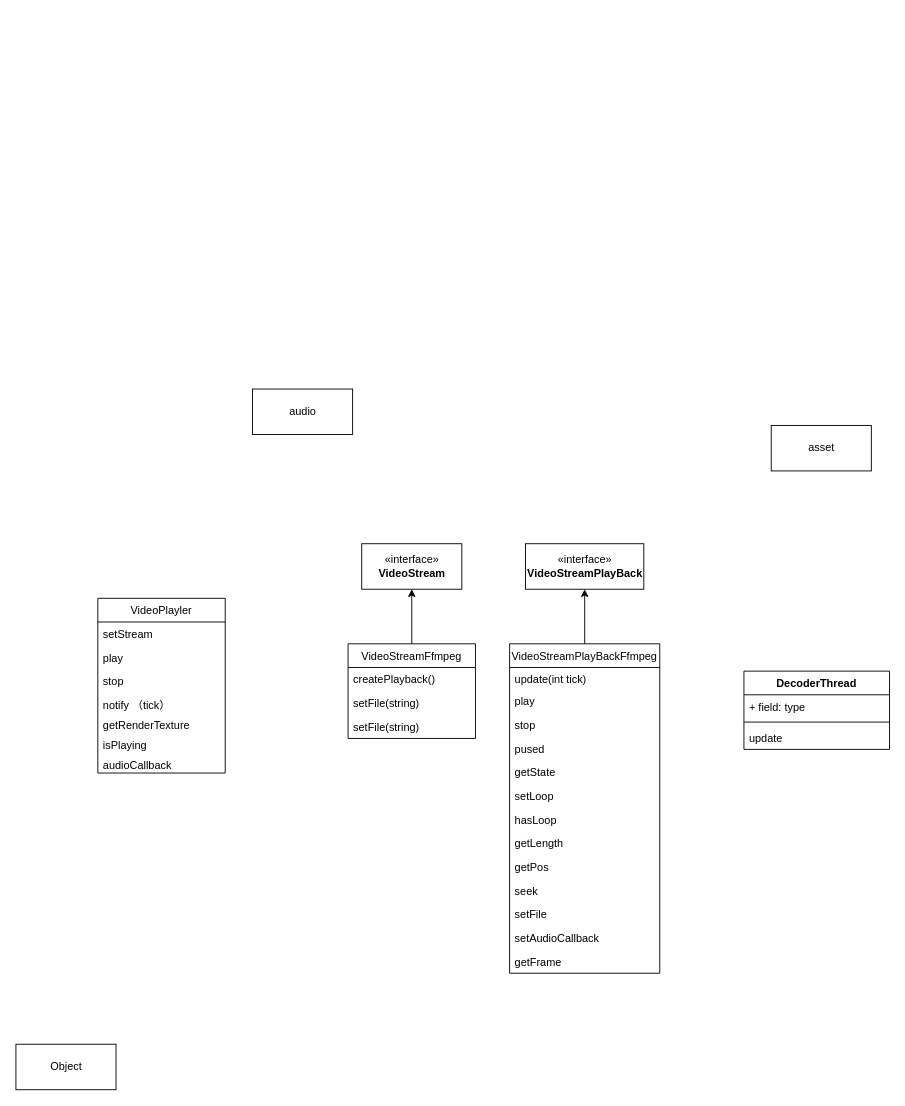
Before: video_texture.drawio in oahcy/draw.io, a draw.io diagram. Source tidied: cells renumbered, new cells numbered last; positions are measured from the earlier drawing's top-left corner, leaving out a move shared by most shapes. Both pictures are drawn from the tidied source at 91%, with x=0, y=0 at pixel (15, 389).
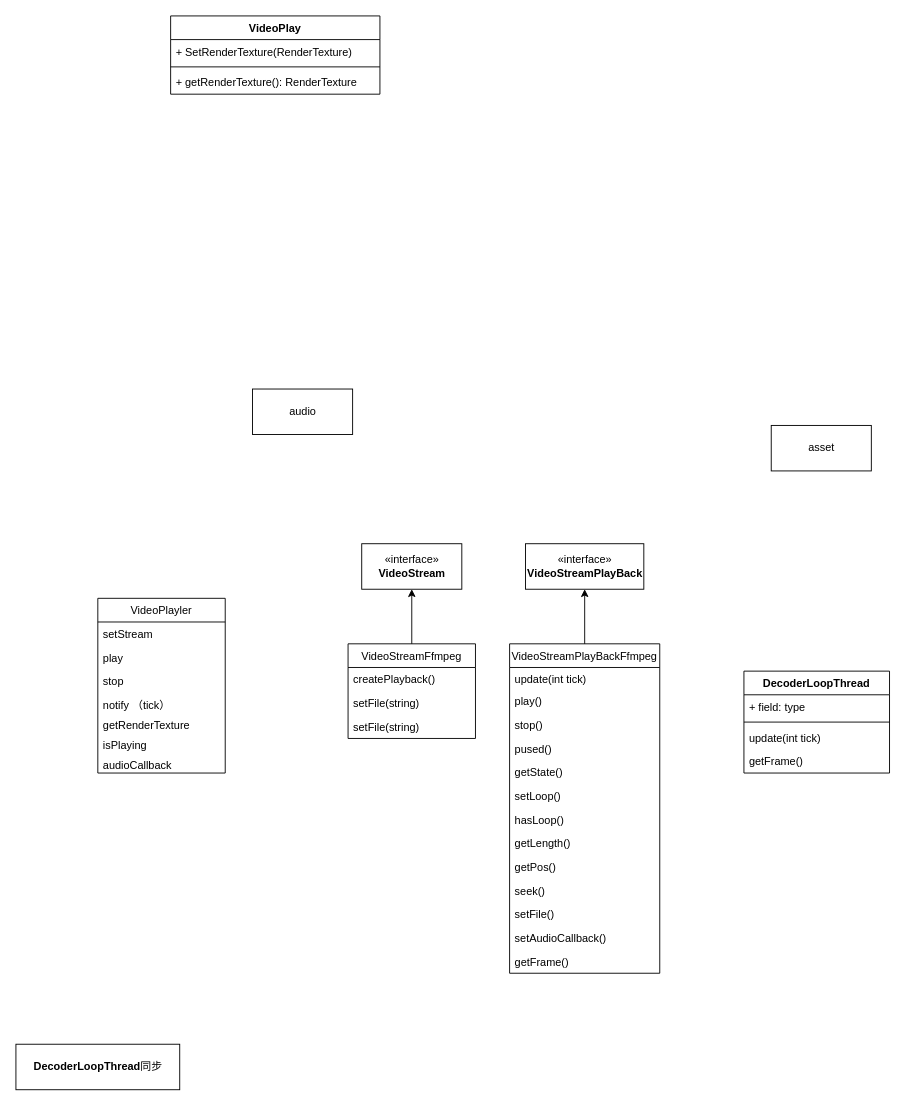
After the change.

Unchanged cells that the change refers to:
```xml
<mxCell id="18" value="VideoStreamPlayBackFfmpeg" style="swimlane;fontStyle=0;horizontal=1;startSize=26;fillColor=none;" parent="1" vertex="1">
  <mxGeometry x="542.5" y="280" width="165" height="362" as="geometry" />
</mxCell>
```

Change to the diagram source:
```diff
@@
-    <mxCell id="20" value="play" style="text;strokeColor=none;fillColor=none;align=left;verticalAlign=top;spacingLeft=4;spacingRight=4;overflow=hidden;" parent="18" vertex="1">
+    <mxCell id="20" value="play()" style="text;strokeColor=none;fillColor=none;align=left;verticalAlign=top;spacingLeft=4;spacingRight=4;overflow=hidden;" parent="18" vertex="1">
       <mxGeometry y="50" width="165" height="26" as="geometry" />
     </mxCell>
-    <mxCell id="21" value="stop" style="text;strokeColor=none;fillColor=none;align=left;verticalAlign=top;spacingLeft=4;spacingRight=4;overflow=hidden;" parent="18" vertex="1">
+    <mxCell id="21" value="stop()" style="text;strokeColor=none;fillColor=none;align=left;verticalAlign=top;spacingLeft=4;spacingRight=4;overflow=hidden;" parent="18" vertex="1">
       <mxGeometry y="76" width="165" height="26" as="geometry" />
     </mxCell>
-    <mxCell id="22" value="pused" style="text;strokeColor=none;fillColor=none;align=left;verticalAlign=top;spacingLeft=4;spacingRight=4;overflow=hidden;" parent="18" vertex="1">
+    <mxCell id="22" value="pused()" style="text;strokeColor=none;fillColor=none;align=left;verticalAlign=top;spacingLeft=4;spacingRight=4;overflow=hidden;" parent="18" vertex="1">
       <mxGeometry y="102" width="165" height="26" as="geometry" />
     </mxCell>
-    <mxCell id="23" value="getState" style="text;strokeColor=none;fillColor=none;align=left;verticalAlign=top;spacingLeft=4;spacingRight=4;overflow=hidden;" parent="18" vertex="1">
+    <mxCell id="23" value="getState()" style="text;strokeColor=none;fillColor=none;align=left;verticalAlign=top;spacingLeft=4;spacingRight=4;overflow=hidden;" parent="18" vertex="1">
       <mxGeometry y="128" width="165" height="26" as="geometry" />
     </mxCell>
-    <mxCell id="24" value="setLoop" style="text;strokeColor=none;fillColor=none;align=left;verticalAlign=top;spacingLeft=4;spacingRight=4;overflow=hidden;" parent="18" vertex="1">
+    <mxCell id="24" value="setLoop()" style="text;strokeColor=none;fillColor=none;align=left;verticalAlign=top;spacingLeft=4;spacingRight=4;overflow=hidden;" parent="18" vertex="1">
       <mxGeometry y="154" width="165" height="26" as="geometry" />
     </mxCell>
-    <mxCell id="25" value="hasLoop" style="text;strokeColor=none;fillColor=none;align=left;verticalAlign=top;spacingLeft=4;spacingRight=4;overflow=hidden;" parent="18" vertex="1">
+    <mxCell id="25" value="hasLoop()" style="text;strokeColor=none;fillColor=none;align=left;verticalAlign=top;spacingLeft=4;spacingRight=4;overflow=hidden;" parent="18" vertex="1">
       <mxGeometry y="180" width="165" height="26" as="geometry" />
     </mxCell>
-    <mxCell id="26" value="getLength" style="text;strokeColor=none;fillColor=none;align=left;verticalAlign=top;spacingLeft=4;spacingRight=4;overflow=hidden;" parent="18" vertex="1">
+    <mxCell id="26" value="getLength()" style="text;strokeColor=none;fillColor=none;align=left;verticalAlign=top;spacingLeft=4;spacingRight=4;overflow=hidden;" parent="18" vertex="1">
       <mxGeometry y="206" width="165" height="26" as="geometry" />
     </mxCell>
-    <mxCell id="27" value="getPos" style="text;strokeColor=none;fillColor=none;align=left;verticalAlign=top;spacingLeft=4;spacingRight=4;overflow=hidden;" parent="18" vertex="1">
+    <mxCell id="27" value="getPos()" style="text;strokeColor=none;fillColor=none;align=left;verticalAlign=top;spacingLeft=4;spacingRight=4;overflow=hidden;" parent="18" vertex="1">
       <mxGeometry y="232" width="165" height="26" as="geometry" />
     </mxCell>
-    <mxCell id="28" value="seek" style="text;strokeColor=none;fillColor=none;align=left;verticalAlign=top;spacingLeft=4;spacingRight=4;overflow=hidden;" parent="18" vertex="1">
+    <mxCell id="28" value="seek()" style="text;strokeColor=none;fillColor=none;align=left;verticalAlign=top;spacingLeft=4;spacingRight=4;overflow=hidden;" parent="18" vertex="1">
       <mxGeometry y="258" width="165" height="26" as="geometry" />
     </mxCell>
-    <mxCell id="29" value="setFile" style="text;strokeColor=none;fillColor=none;align=left;verticalAlign=top;spacingLeft=4;spacingRight=4;overflow=hidden;" parent="18" vertex="1">
+    <mxCell id="29" value="setFile()" style="text;strokeColor=none;fillColor=none;align=left;verticalAlign=top;spacingLeft=4;spacingRight=4;overflow=hidden;" parent="18" vertex="1">
       <mxGeometry y="284" width="165" height="26" as="geometry" />
     </mxCell>
-    <mxCell id="30" value="setAudioCallback" style="text;strokeColor=none;fillColor=none;align=left;verticalAlign=top;spacingLeft=4;spacingRight=4;overflow=hidden;" parent="18" vertex="1">
+    <mxCell id="30" value="setAudioCallback()" style="text;strokeColor=none;fillColor=none;align=left;verticalAlign=top;spacingLeft=4;spacingRight=4;overflow=hidden;" parent="18" vertex="1">
       <mxGeometry y="310" width="165" height="26" as="geometry" />
     </mxCell>
-    <mxCell id="31" value="getFrame" style="text;strokeColor=none;fillColor=none;align=left;verticalAlign=top;spacingLeft=4;spacingRight=4;overflow=hidden;" parent="18" vertex="1">
+    <mxCell id="31" value="getFrame()" style="text;strokeColor=none;fillColor=none;align=left;verticalAlign=top;spacingLeft=4;spacingRight=4;overflow=hidden;" parent="18" vertex="1">
       <mxGeometry y="336" width="165" height="26" as="geometry" />
     </mxCell>
@@
-    <mxCell id="34" value="Object" style="html=1;" parent="1" vertex="1">
-      <mxGeometry y="720" width="110" height="50" as="geometry" />
+    <mxCell id="34" value="&lt;span style=&quot;font-weight: 700;&quot;&gt;DecoderLoopThread&lt;/span&gt;同步" style="html=1;" parent="1" vertex="1">
+      <mxGeometry y="720" width="180" height="50" as="geometry" />
     </mxCell>
-    <mxCell id="35" value="DecoderThread" style="swimlane;fontStyle=1;align=center;verticalAlign=top;horizontal=1;startSize=26;" parent="1" vertex="1">
-      <mxGeometry x="800" y="310" width="160" height="86" as="geometry" />
+    <mxCell id="35" value="DecoderLoopThread" style="swimlane;fontStyle=1;align=center;verticalAlign=top;horizontal=1;startSize=26;" parent="1" vertex="1">
+      <mxGeometry x="800" y="310" width="160" height="112" as="geometry" />
     </mxCell>
@@
-    <mxCell id="38" value="update" style="text;strokeColor=none;fillColor=none;align=left;verticalAlign=top;spacingLeft=4;spacingRight=4;overflow=hidden;" parent="35" vertex="1">
+    <mxCell id="38" value="update(int tick)" style="text;strokeColor=none;fillColor=none;align=left;verticalAlign=top;spacingLeft=4;spacingRight=4;overflow=hidden;" parent="35" vertex="1">
       <mxGeometry y="60" width="160" height="26" as="geometry" />
     </mxCell>
+    <mxCell id="39" value="getFrame()" style="text;strokeColor=none;fillColor=none;align=left;verticalAlign=top;spacingLeft=4;spacingRight=4;overflow=hidden;" parent="35" vertex="1">
+      <mxGeometry y="86" width="160" height="26" as="geometry" />
+    </mxCell>
+    <mxCell id="40" value="VideoPlay" style="swimlane;fontStyle=1;align=center;verticalAlign=top;horizontal=1;startSize=26;" parent="1" vertex="1">
+      <mxGeometry x="170" y="-410" width="230" height="86" as="geometry" />
+    </mxCell>
+    <mxCell id="41" value="+ SetRenderTexture(RenderTexture)" style="text;strokeColor=none;fillColor=none;align=left;verticalAlign=top;spacingLeft=4;spacingRight=4;overflow=hidden;" parent="40" vertex="1">
+      <mxGeometry y="26" width="230" height="26" as="geometry" />
+    </mxCell>
+    <mxCell id="42" style="line;strokeWidth=1;fillColor=none;align=left;verticalAlign=middle;spacingTop=-1;spacingLeft=3;spacingRight=3;labelPosition=right;" parent="40" vertex="1">
+      <mxGeometry y="52" width="230" height="8" as="geometry" />
+    </mxCell>
+    <mxCell id="43" value="+ getRenderTexture(): RenderTexture" style="text;strokeColor=none;fillColor=none;align=left;verticalAlign=top;spacingLeft=4;spacingRight=4;overflow=hidden;" parent="40" vertex="1">
+      <mxGeometry y="60" width="230" height="26" as="geometry" />
+    </mxCell>
```
